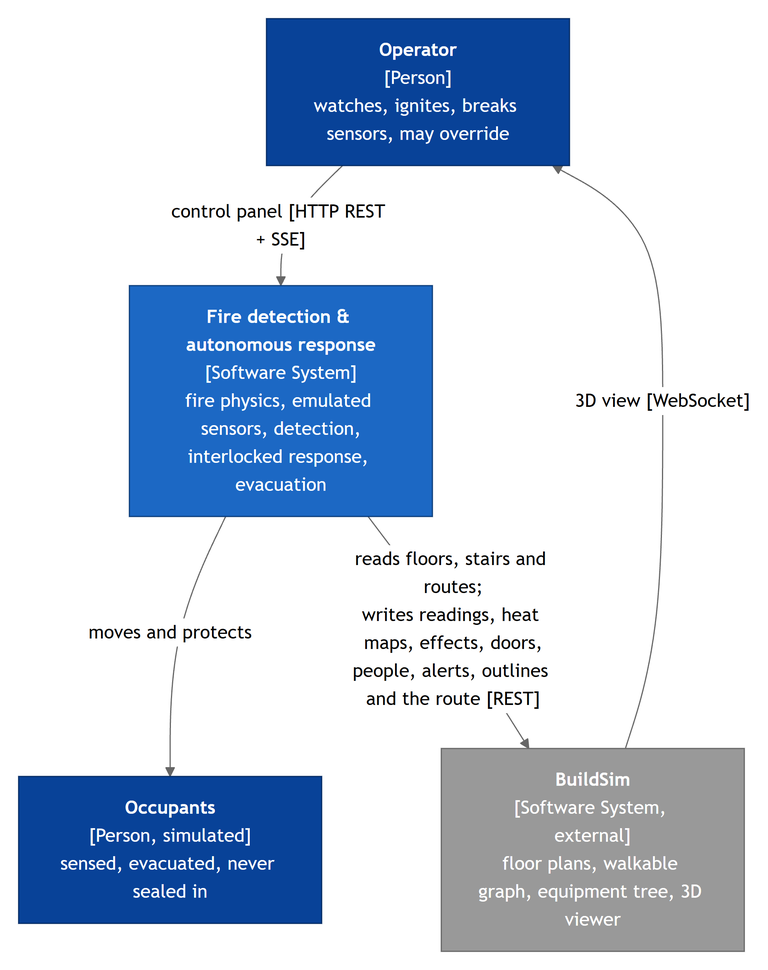
Above: firelab/Embedded_Intelligence_at_the_edge_Project_Proposal/images/context.png in Ekpenyong-Esu/BuildSim-FireDetection (Mermaid), before the change. Its source is kept beside it as firelab/Embedded_Intelligence_at_the_edge_Project_Proposal/images/context.mmd. The source it was exported from:
```mermaid
flowchart TB
  OP["<b>Operator</b><br/>[Person]<br/>watches, ignites, breaks sensors, may override"]
  OCC["<b>Occupants</b><br/>[Person, simulated]<br/>sensed, evacuated, never sealed in"]
  SYS["<b>Fire detection &amp; autonomous response</b><br/>[Software System]<br/>fire physics, emulated sensors, detection,<br/>interlocked response, evacuation"]
  BS["<b>BuildSim</b><br/>[Software System, external]<br/>floor plans, walkable graph, equipment tree, 3D viewer"]
  OP -- "control panel [HTTP REST + SSE]" --> SYS
  SYS -- "moves and protects" --> OCC
  SYS -- "reads floors, stairs and routes;<br/>writes readings, heat maps, effects, doors,<br/>people, alerts, outlines and the route [REST]" --> BS
  BS -- "3D view [WebSocket]" --> OP
  classDef person fill:#084298,stroke:#052c65,color:#ffffff
  classDef sys fill:#1c68c4,stroke:#0b3d7a,color:#ffffff
  classDef ext fill:#999999,stroke:#666666,color:#ffffff
  class OP,OCC person
  class SYS sys
  class BS ext
```
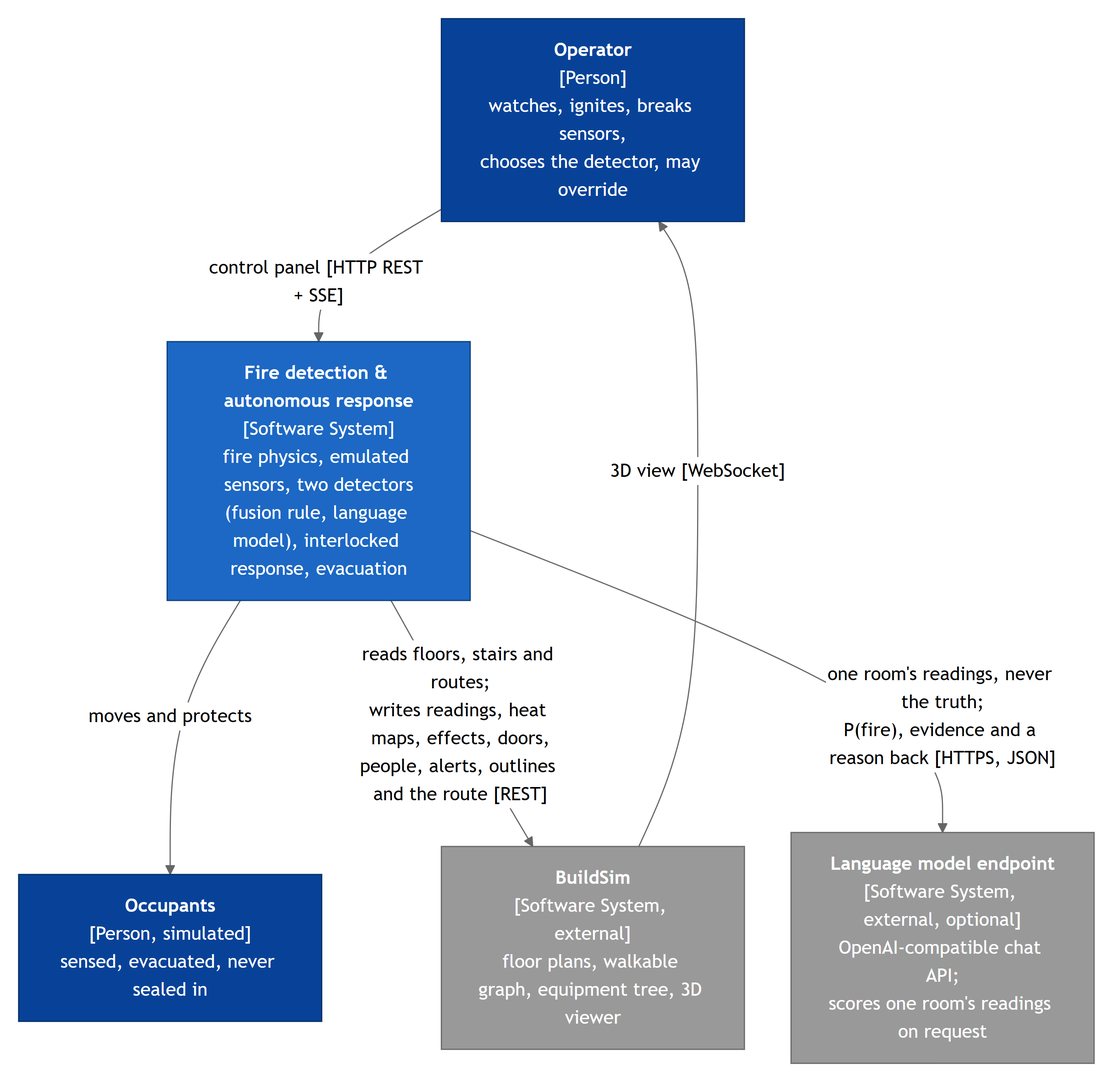
The same diagram one commit later.

The edit, as a diff of the source:
```diff
@@ -1,15 +1,17 @@
 flowchart TB
-  OP["<b>Operator</b><br/>[Person]<br/>watches, ignites, breaks sensors, may override"]
+  OP["<b>Operator</b><br/>[Person]<br/>watches, ignites, breaks sensors,<br/>chooses the detector, may override"]
   OCC["<b>Occupants</b><br/>[Person, simulated]<br/>sensed, evacuated, never sealed in"]
-  SYS["<b>Fire detection &amp; autonomous response</b><br/>[Software System]<br/>fire physics, emulated sensors, detection,<br/>interlocked response, evacuation"]
+  SYS["<b>Fire detection &amp; autonomous response</b><br/>[Software System]<br/>fire physics, emulated sensors, two detectors<br/>(fusion rule, language model), interlocked response, evacuation"]
   BS["<b>BuildSim</b><br/>[Software System, external]<br/>floor plans, walkable graph, equipment tree, 3D viewer"]
+  LLM["<b>Language model endpoint</b><br/>[Software System, external, optional]<br/>OpenAI-compatible chat API;<br/>scores one room's readings on request"]
   OP -- "control panel [HTTP REST + SSE]" --> SYS
   SYS -- "moves and protects" --> OCC
   SYS -- "reads floors, stairs and routes;<br/>writes readings, heat maps, effects, doors,<br/>people, alerts, outlines and the route [REST]" --> BS
+  SYS -- "one room's readings, never the truth;<br/>P(fire), evidence and a reason back [HTTPS, JSON]" --> LLM
   BS -- "3D view [WebSocket]" --> OP
   classDef person fill:#084298,stroke:#052c65,color:#ffffff
   classDef sys fill:#1c68c4,stroke:#0b3d7a,color:#ffffff
   classDef ext fill:#999999,stroke:#666666,color:#ffffff
   class OP,OCC person
   class SYS sys
-  class BS ext
+  class BS,LLM ext
```
